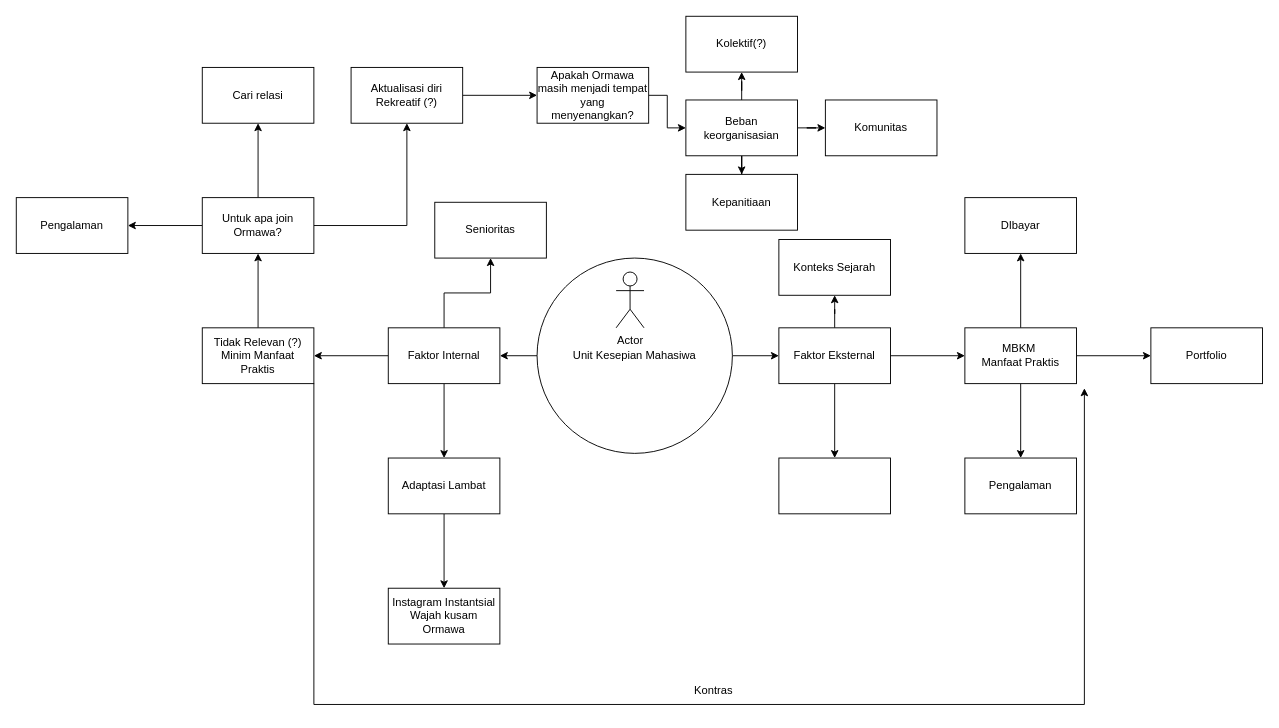
Before: Untitled Diagram.drawio in faishalim/arduino, a draw.io diagram. Source tidied: cells renumbered, new cells numbered last; positions are measured from the earlier drawing's top-left corner, leaving out a move shared by most shapes. Both pictures are drawn from the tidied source at 93%, with x=0, y=0 at pixel (16, 16).
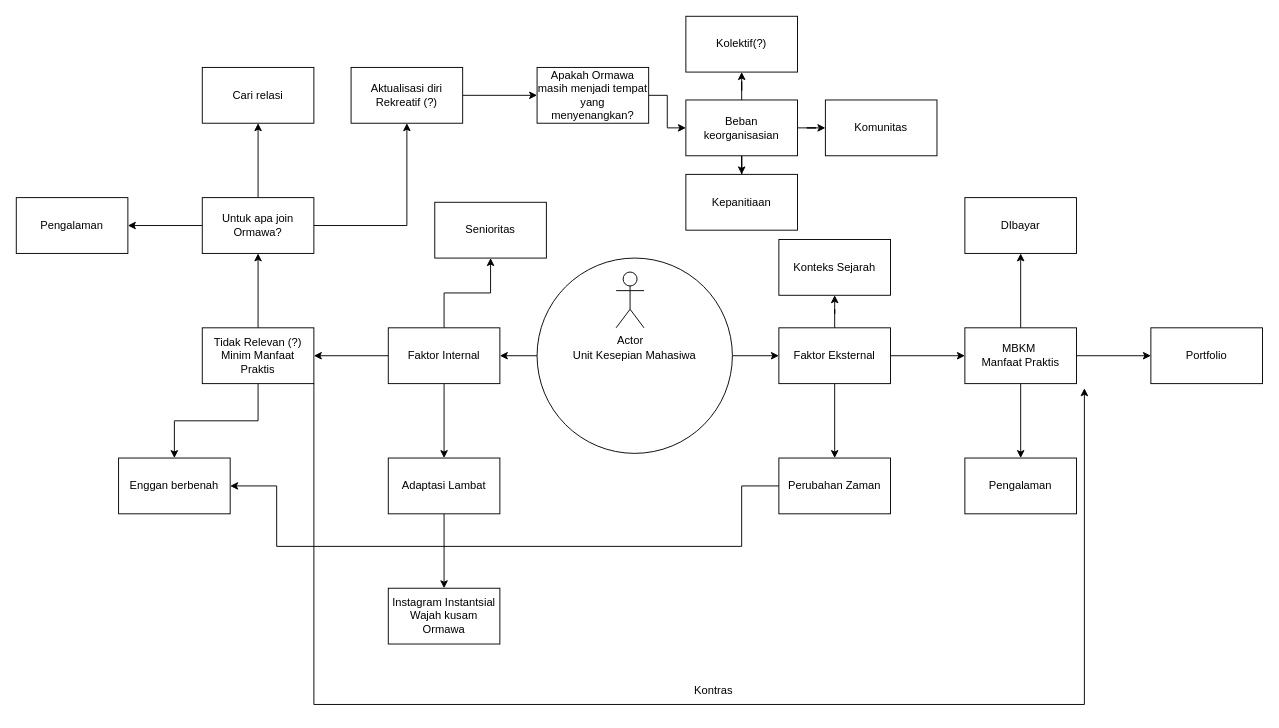
The same page after the edit.

Unchanged cells that the change refers to:
```xml
<mxCell id="24" value="Tidak Relevan (?)&lt;br&gt;Minim Manfaat Praktis" style="whiteSpace=wrap;html=1;" parent="1" vertex="1">
  <mxGeometry x="200" y="335" width="120" height="60" as="geometry" />
</mxCell>
```

What changed in the source:
```diff
@@
+    <mxCell id="48" style="edgeStyle=orthogonalEdgeStyle;rounded=0;jettySize=auto;html=1;entryX=1;entryY=0.5;entryDx=0;entryDy=0;" parent="1" edge="1" source="18" target="50">
+      <mxGeometry relative="1" as="geometry">
+        <Array as="points">
+          <mxPoint x="780" y="505" />
+          <mxPoint x="780" y="570" />
+          <mxPoint x="280" y="570" />
+          <mxPoint x="280" y="505" />
+        </Array>
+      </mxGeometry>
+    </mxCell>
-    <mxCell id="18" style="whiteSpace=wrap;html=1;" parent="1" vertex="1">
+    <mxCell id="18" value="Perubahan Zaman" style="whiteSpace=wrap;html=1;" parent="1" vertex="1">
       <mxGeometry x="820" y="475" width="120" height="60" as="geometry" />
     </mxCell>
@@
+    <mxCell id="49" style="edgeStyle=orthogonalEdgeStyle;rounded=0;jettySize=auto;html=1;" parent="1" edge="1" source="24" target="50">
+      <mxGeometry relative="1" as="geometry" />
+    </mxCell>
@@
+    <mxCell id="50" value="Enggan berbenah" style="whiteSpace=wrap;html=1;" parent="1" vertex="1">
+      <mxGeometry x="110" y="475" width="120" height="60" as="geometry" />
+    </mxCell>
```
